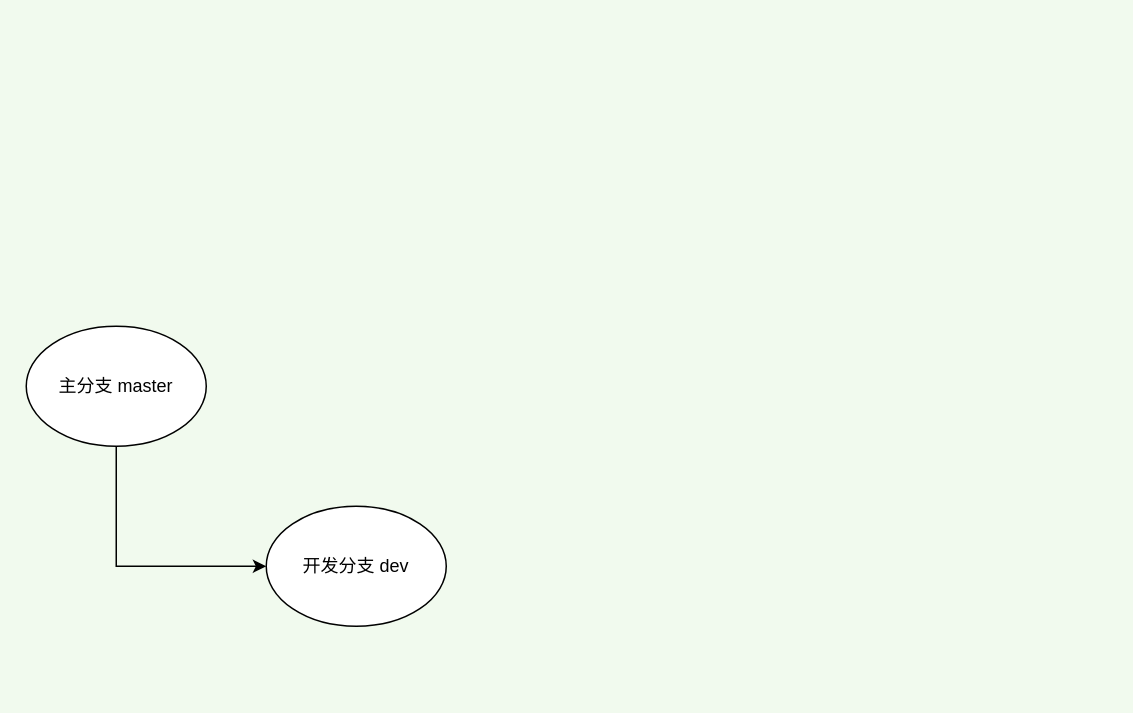
The draw.io diagram 开发使用分支说明.drawio in Cy-Draw/Flowchart, before the edit. Source tidied: cells renumbered, new cells numbered last; positions are measured from the earlier drawing's top-left corner, leaving out a move shared by most shapes. Both pictures are drawn from the tidied source at 150%, with x=0, y=0 at pixel (26, 326).
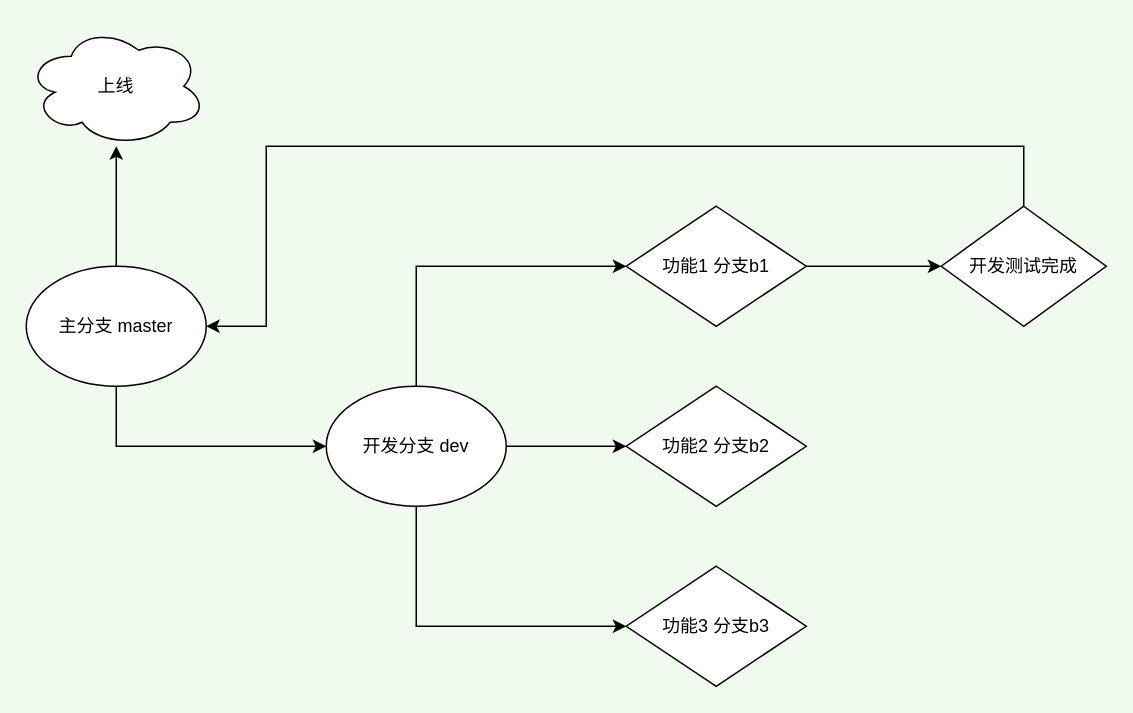
After the change.

Commit message (it also covers changes not shown here):
更新开发使用分支说明.drawio

What changed in the source:
```diff
@@
     <mxCell id="2" value="主分支 master" style="ellipse;whiteSpace=wrap;html=1;" parent="1" vertex="1">
-      <mxGeometry width="120" height="80" as="geometry" />
+      <mxGeometry y="-40" width="120" height="80" as="geometry" />
     </mxCell>
+    <mxCell id="5" style="edgeStyle=orthogonalEdgeStyle;rounded=0;jettySize=auto;html=1;" parent="1" edge="1" source="3" target="11">
+      <mxGeometry relative="1" as="geometry" />
+    </mxCell>
     <mxCell id="3" value="开发分支 dev" style="ellipse;whiteSpace=wrap;html=1;" parent="1" vertex="1">
-      <mxGeometry x="160" y="120" width="120" height="80" as="geometry" />
+      <mxGeometry x="200" y="40" width="120" height="80" as="geometry" />
     </mxCell>
+    <mxCell id="6" style="edgeStyle=orthogonalEdgeStyle;rounded=0;jettySize=auto;html=1;" parent="1" edge="1" source="7" target="12">
+      <mxGeometry relative="1" as="geometry" />
+    </mxCell>
+    <mxCell id="7" value="功能1 分支b1" style="rhombus;whiteSpace=wrap;html=1;" parent="1" vertex="1">
+      <mxGeometry x="400" y="-80" width="120" height="80" as="geometry" />
+    </mxCell>
+    <mxCell id="8" value="功能3 分支b3" style="rhombus;whiteSpace=wrap;html=1;" parent="1" vertex="1">
+      <mxGeometry x="400" y="160" width="120" height="80" as="geometry" />
+    </mxCell>
     <mxCell id="4" style="endArrow=classic;html=1;rounded=0;exitX=0.5;exitY=1;exitDx=0;exitDy=0;entryX=0;entryY=0.5;entryDx=0;entryDy=0;" parent="1" edge="1" source="2" target="3">
       <mxGeometry relative="1" as="geometry">
         <Array as="points">
-          <mxPoint x="60" y="160" />
+          <mxPoint x="60" y="80" />
         </Array>
       </mxGeometry>
     </mxCell>
+    <mxCell id="9" style="endArrow=classic;html=1;rounded=0;exitX=0.5;exitY=1;exitDx=0;exitDy=0;entryX=0;entryY=0.5;entryDx=0;entryDy=0;" parent="1" edge="1" source="3" target="8">
+      <mxGeometry relative="1" as="geometry">
+        <Array as="points">
+          <mxPoint x="260" y="200" />
+        </Array>
+      </mxGeometry>
+    </mxCell>
+    <mxCell id="10" style="endArrow=classic;html=1;rounded=0;exitX=0.5;exitY=0;exitDx=0;exitDy=0;entryX=0;entryY=0.5;entryDx=0;entryDy=0;" parent="1" edge="1" source="3" target="7">
+      <mxGeometry relative="1" as="geometry">
+        <Array as="points">
+          <mxPoint x="260" y="-40" />
+        </Array>
+      </mxGeometry>
+    </mxCell>
+    <mxCell id="11" value="功能2 分支b2" style="rhombus;whiteSpace=wrap;html=1;" parent="1" vertex="1">
+      <mxGeometry x="400" y="40" width="120" height="80" as="geometry" />
+    </mxCell>
+    <mxCell id="12" value="开发测试完成" style="rhombus;whiteSpace=wrap;html=1;" parent="1" vertex="1">
+      <mxGeometry x="610" y="-80" width="110" height="80" as="geometry" />
+    </mxCell>
+    <mxCell id="13" value="上线" style="ellipse;shape=cloud;whiteSpace=wrap;html=1;" parent="1" vertex="1">
+      <mxGeometry y="-200" width="120" height="80" as="geometry" />
+    </mxCell>
+    <mxCell id="14" style="endArrow=classic;html=1;rounded=0;entryX=1;entryY=0.5;entryDx=0;entryDy=0;exitX=0.5;exitY=0;exitDx=0;exitDy=0;" parent="1" edge="1" source="12" target="2">
+      <mxGeometry relative="1" as="geometry">
+        <Array as="points">
+          <mxPoint x="665" y="-120" />
+          <mxPoint x="160" y="-120" />
+          <mxPoint x="160" />
+        </Array>
+      </mxGeometry>
+    </mxCell>
+    <mxCell id="15" style="endArrow=classic;html=1;rounded=0;exitX=0.5;exitY=0;exitDx=0;exitDy=0;" parent="1" edge="1" source="2">
+      <mxGeometry relative="1" as="geometry">
+        <mxPoint x="60" y="-120" as="targetPoint" />
+      </mxGeometry>
+    </mxCell>
```
